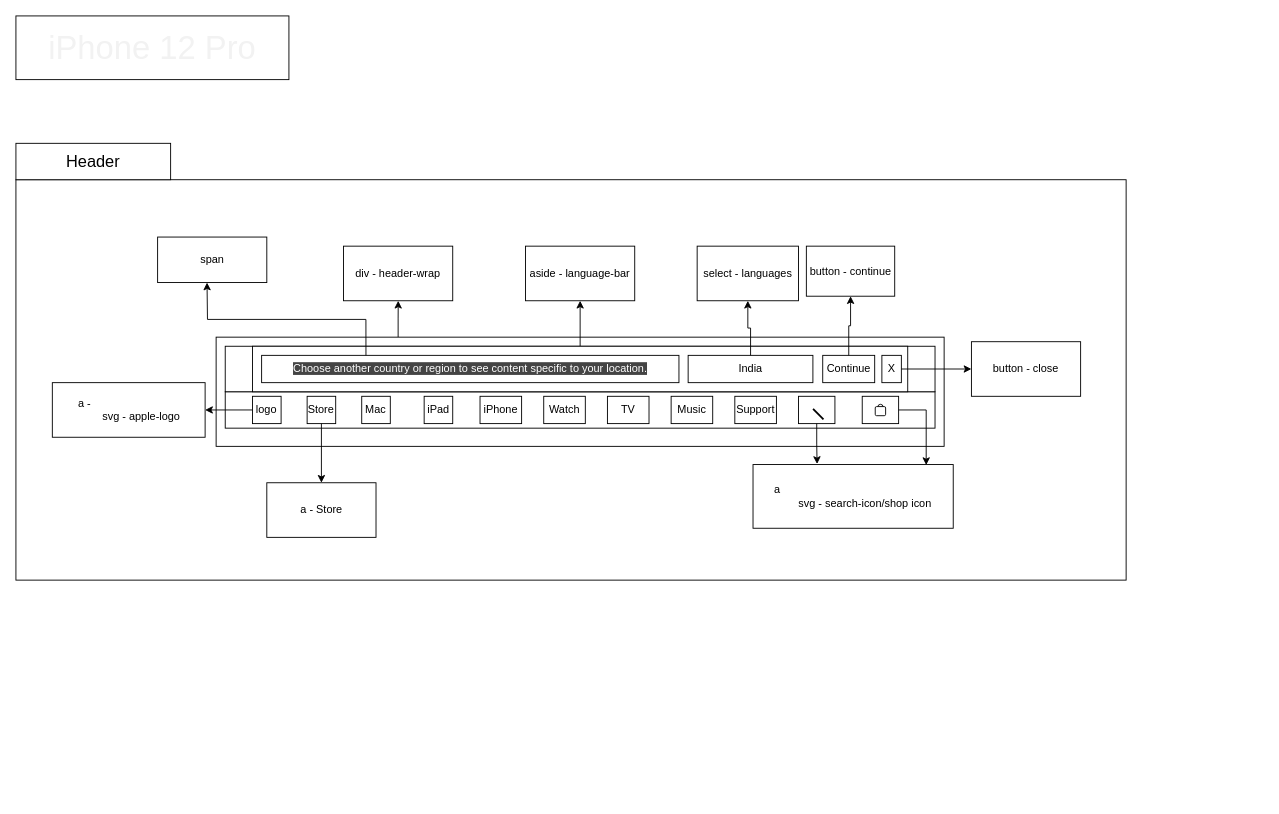
Before: assets/draw.io/iPhone-12-pro.drawio in mahesh-gfx/iPhone-12-Pro, a draw.io diagram. Source tidied: cells renumbered, new cells numbered last; positions are measured from the earlier drawing's top-left corner, leaving out a move shared by most shapes. Both pictures are drawn from the tidied source at 91%, with x=0, y=0 at pixel (15, 15).
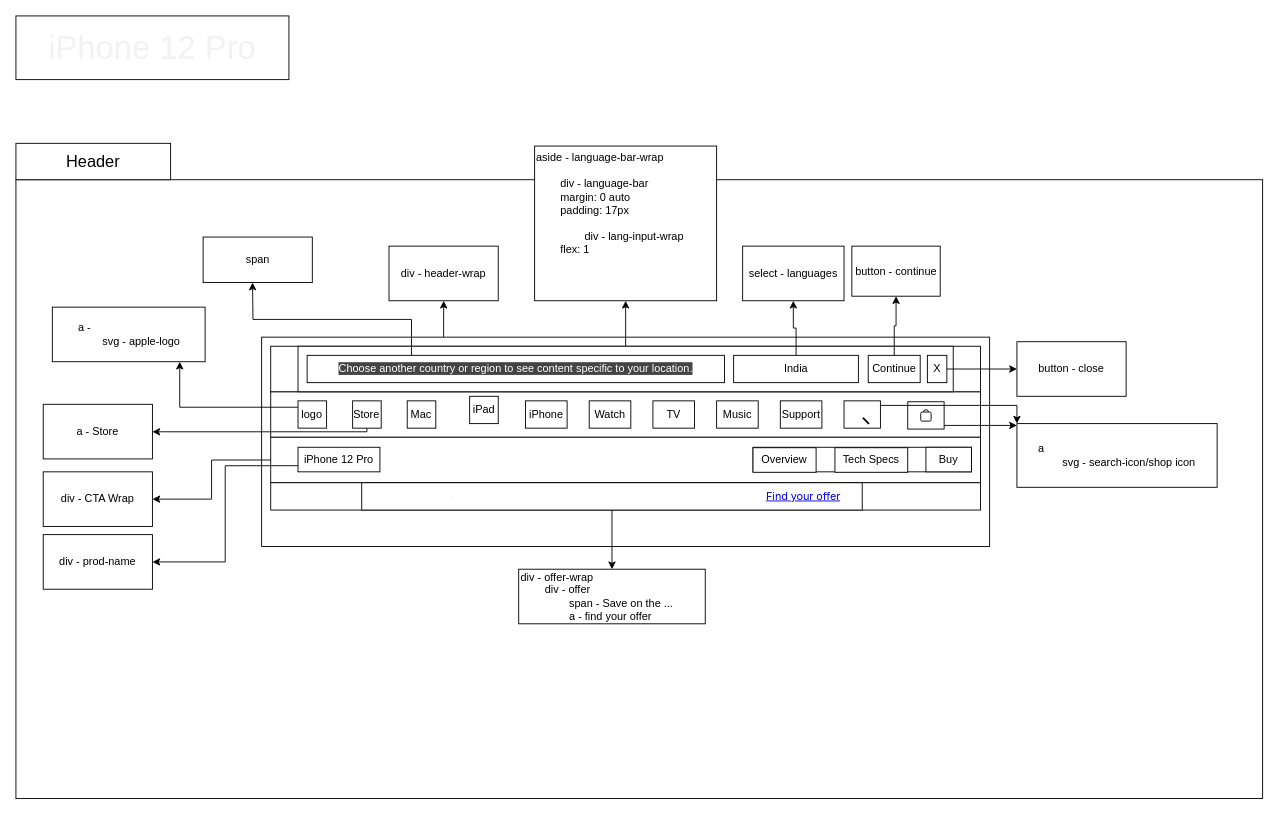
The same page after the edit.

Diff of the diagram source:
```diff
@@
     <mxCell id="2" style="whiteSpace=wrap;html=1;" parent="1" vertex="1">
-      <mxGeometry y="180" width="1220" height="440" as="geometry" />
+      <mxGeometry y="180" width="1370" height="680" as="geometry" />
     </mxCell>
@@
     <mxCell id="5" style="group;" parent="1" vertex="1">
-      <mxGeometry x="40" y="243" width="1130" height="330" as="geometry" />
+      <mxGeometry x="90" y="243" width="1130" height="340" as="geometry" />
     </mxCell>
@@
     <mxCell id="7" style="whiteSpace=wrap;html=1;" parent="5" vertex="1">
-      <mxGeometry x="180" y="110" width="800" height="120" as="geometry" />
+      <mxGeometry x="180" y="110" width="800" height="230" as="geometry" />
     </mxCell>
@@
-    <mxCell id="9" value="aside - language-bar" style="whiteSpace=wrap;html=1;" parent="5" vertex="1">
-      <mxGeometry x="520" y="10" width="120" height="60" as="geometry" />
+    <mxCell id="9" value="&lt;div&gt;&lt;span&gt;aside - language-bar-wrap&lt;/span&gt;&lt;/div&gt;&lt;div&gt;&lt;span&gt;&lt;br&gt;&lt;/span&gt;&lt;/div&gt;&lt;div&gt;&lt;span style=&quot;white-space: pre&quot;&gt;&#9;&lt;/span&gt;div - language-bar&lt;br&gt;&lt;/div&gt;&lt;div&gt;&lt;span&gt;&lt;span style=&quot;white-space: pre&quot;&gt;&#9;&lt;/span&gt;margin: 0 auto&lt;/span&gt;&lt;/div&gt;&lt;div&gt;&lt;span&gt;&lt;span style=&quot;white-space: pre&quot;&gt;&#9;&lt;/span&gt;padding: 17px&lt;br&gt;&lt;/span&gt;&lt;/div&gt;&lt;div&gt;&lt;span&gt;&lt;span style=&quot;white-space: pre&quot;&gt;&#9;&lt;/span&gt;&lt;span style=&quot;white-space: pre&quot;&gt;&#9;&lt;/span&gt;&lt;br&gt;&lt;/span&gt;&lt;/div&gt;&lt;div&gt;&lt;span style=&quot;white-space: pre&quot;&gt;&#9;&lt;/span&gt;&lt;span style=&quot;white-space: pre&quot;&gt;&#9;&lt;/span&gt;div - lang-input-wrap&lt;br&gt;&lt;/div&gt;&lt;div&gt;&lt;span style=&quot;white-space: pre&quot;&gt;&#9;&lt;/span&gt;flex: 1&lt;/div&gt;&lt;div&gt;&lt;br&gt;&lt;/div&gt;&lt;div&gt;&lt;span style=&quot;white-space: pre&quot;&gt;&#9;&lt;/span&gt;&lt;span style=&quot;white-space: pre&quot;&gt;&#9;&lt;/span&gt;&lt;br&gt;&lt;/div&gt;&lt;div&gt;&lt;span&gt;&lt;span style=&quot;white-space: pre&quot;&gt;&#9;&lt;/span&gt;&lt;br&gt;&lt;/span&gt;&lt;/div&gt;" style="whiteSpace=wrap;html=1;align=left;" parent="5" vertex="1">
+      <mxGeometry x="480" y="-100" width="200" height="170" as="geometry" />
     </mxCell>
     <mxCell id="10" style="whiteSpace=wrap;html=1;" parent="5" vertex="1">
-      <mxGeometry x="190" y="170" width="780" height="40" as="geometry" />
+      <mxGeometry x="190" y="170" width="780" height="50" as="geometry" />
     </mxCell>
@@
     <mxCell id="25" value="logo" style="whiteSpace=wrap;html=1;" parent="5" vertex="1">
-      <mxGeometry x="220" y="175" width="31.4" height="30" as="geometry" />
+      <mxGeometry x="220" y="180" width="31.4" height="30" as="geometry" />
     </mxCell>
     <mxCell id="26" value="&lt;div&gt;&lt;span style=&quot;white-space: pre&quot;&gt;&#9;&lt;/span&gt;&lt;span&gt;a -&lt;/span&gt;&lt;br&gt;&lt;/div&gt;&lt;div&gt;&lt;span&gt;&lt;span style=&quot;white-space: pre&quot;&gt;&#9;&lt;span style=&quot;white-space: pre&quot;&gt;&#9;&lt;/span&gt;s&lt;/span&gt;vg&amp;nbsp;- apple-logo&lt;/span&gt;&lt;/div&gt;" style="whiteSpace=wrap;html=1;align=left;" parent="5" vertex="1">
-      <mxGeometry y="160" width="167.9" height="60" as="geometry" />
+      <mxGeometry x="-50" y="77" width="167.9" height="60" as="geometry" />
     </mxCell>
     <mxCell id="27" style="edgeStyle=orthogonalEdgeStyle;rounded=0;jettySize=auto;html=1;" parent="5" edge="1" source="25" target="26">
-      <mxGeometry relative="1" as="geometry" />
+      <mxGeometry relative="1" as="geometry">
+        <Array as="points">
+          <mxPoint x="90" y="187" />
+        </Array>
+      </mxGeometry>
     </mxCell>
     <mxCell id="28" value="Store" style="whiteSpace=wrap;html=1;" parent="5" vertex="1">
-      <mxGeometry x="280" y="175" width="31.4" height="30" as="geometry" />
+      <mxGeometry x="280" y="180" width="31.4" height="30" as="geometry" />
     </mxCell>
     <mxCell id="29" value="Mac" style="whiteSpace=wrap;html=1;" parent="5" vertex="1">
-      <mxGeometry x="340" y="175" width="31.4" height="30" as="geometry" />
+      <mxGeometry x="340" y="180" width="31.4" height="30" as="geometry" />
     </mxCell>
@@
     <mxCell id="31" value="iPhone" style="whiteSpace=wrap;html=1;" parent="5" vertex="1">
-      <mxGeometry x="470" y="175" width="45.7" height="30" as="geometry" />
+      <mxGeometry x="470" y="180" width="45.7" height="30" as="geometry" />
     </mxCell>
     <mxCell id="32" value="Watch" style="whiteSpace=wrap;html=1;" parent="5" vertex="1">
-      <mxGeometry x="540" y="175" width="45.7" height="30" as="geometry" />
+      <mxGeometry x="540" y="180" width="45.7" height="30" as="geometry" />
     </mxCell>
     <mxCell id="33" value="TV" style="whiteSpace=wrap;html=1;" parent="5" vertex="1">
-      <mxGeometry x="610" y="175" width="45.7" height="30" as="geometry" />
+      <mxGeometry x="610" y="180" width="45.7" height="30" as="geometry" />
     </mxCell>
     <mxCell id="34" value="Music" style="whiteSpace=wrap;html=1;" parent="5" vertex="1">
-      <mxGeometry x="680" y="175" width="45.7" height="30" as="geometry" />
+      <mxGeometry x="680" y="180" width="45.7" height="30" as="geometry" />
     </mxCell>
     <mxCell id="35" value="Support" style="whiteSpace=wrap;html=1;" parent="5" vertex="1">
-      <mxGeometry x="750" y="175" width="45.7" height="30" as="geometry" />
+      <mxGeometry x="750" y="180" width="45.7" height="30" as="geometry" />
     </mxCell>
     <mxCell id="36" style="whiteSpace=wrap;html=1;" parent="5" vertex="1">
-      <mxGeometry x="890" y="175" width="40" height="30" as="geometry" />
+      <mxGeometry x="890" y="181" width="40" height="30" as="geometry" />
     </mxCell>
     <mxCell id="37" style="group;" parent="5" vertex="1">
-      <mxGeometry x="904.3" y="183.8" width="11.4" height="12.5" as="geometry" />
+      <mxGeometry x="904.3" y="189.8" width="11.4" height="12.5" as="geometry" />
     </mxCell>
@@
     <mxCell id="41" style="whiteSpace=wrap;html=1;" parent="5" vertex="1">
-      <mxGeometry x="820" y="175" width="40" height="30" as="geometry" />
+      <mxGeometry x="820" y="180" width="40" height="30" as="geometry" />
     </mxCell>
     <mxCell id="42" style="group;" parent="5" vertex="1">
-      <mxGeometry x="830" y="180" width="20" height="25" as="geometry" />
+      <mxGeometry x="830" y="185" width="20" height="25" as="geometry" />
     </mxCell>
+    <mxCell id="44" style="line;strokeWidth=2;html=1;fillColor=#FFFFFF;rotation=45;direction=west;" parent="42" vertex="1">
+      <mxGeometry x="3.6" y="10" width="16.2" height="9.1" as="geometry" />
+    </mxCell>
@@
-    <mxCell id="44" style="line;strokeWidth=2;html=1;fillColor=#FFFFFF;rotation=45;direction=west;" parent="42" vertex="1">
-      <mxGeometry x="3.6" y="10" width="16.2" height="9.1" as="geometry" />
-    </mxCell>
     <mxCell id="45" value="a - Store" style="whiteSpace=wrap;html=1;" parent="5" vertex="1">
-      <mxGeometry x="235.7" y="270" width="120" height="60" as="geometry" />
+      <mxGeometry x="-60" y="183.8" width="120" height="60" as="geometry" />
     </mxCell>
     <mxCell id="46" style="edgeStyle=orthogonalEdgeStyle;rounded=0;jettySize=auto;html=1;" parent="5" edge="1" source="28" target="45">
-      <mxGeometry relative="1" as="geometry" />
+      <mxGeometry relative="1" as="geometry">
+        <Array as="points">
+          <mxPoint x="296" y="214" />
+        </Array>
+      </mxGeometry>
     </mxCell>
-    <mxCell id="47" value="&lt;div style=&quot;text-align: left&quot;&gt;&lt;span&gt;a&lt;/span&gt;&lt;/div&gt;&lt;span style=&quot;white-space: pre&quot;&gt;&lt;div style=&quot;text-align: left&quot;&gt;&lt;span&gt;&#9;&lt;/span&gt;&lt;span style=&quot;white-space: normal&quot;&gt;svg - search-icon/shop icon&lt;/span&gt;&lt;/div&gt;&lt;/span&gt;" style="whiteSpace=wrap;html=1;" parent="5" vertex="1">
-      <mxGeometry x="770" y="250" width="220" height="70" as="geometry" />
-    </mxCell>
-    <mxCell id="48" style="edgeStyle=orthogonalEdgeStyle;rounded=0;jettySize=auto;html=1;exitX=1;exitY=0.5;exitDx=0;exitDy=0;entryX=0.865;entryY=0.008;entryDx=0;entryDy=0;entryPerimeter=0;" parent="5" edge="1" source="36" target="47">
-      <mxGeometry relative="1" as="geometry">
-        <Array as="points">
-          <mxPoint x="960" y="190" />
-        </Array>
-      </mxGeometry>
-    </mxCell>
-    <mxCell id="49" style="edgeStyle=orthogonalEdgeStyle;rounded=0;jettySize=auto;html=1;entryX=0.32;entryY=-0.009;entryDx=0;entryDy=0;entryPerimeter=0;" parent="5" edge="1" source="41" target="47">
-      <mxGeometry relative="1" as="geometry" />
-    </mxCell>
@@
+    <mxCell id="52" style="whiteSpace=wrap;html=1;" parent="5" vertex="1">
+      <mxGeometry x="190" y="220" width="780" height="50" as="geometry" />
+    </mxCell>
+    <mxCell id="53" style="whiteSpace=wrap;html=1;" parent="5" vertex="1">
+      <mxGeometry x="190" y="270" width="780" height="30" as="geometry" />
+    </mxCell>
+    <mxCell id="54" value="&lt;font color=&quot;#fcfcfc&quot;&gt;&lt;span style=&quot;font-family: &amp;#34;sf pro text&amp;#34; , &amp;#34;sf pro icons&amp;#34; , &amp;#34;helvetica neue&amp;#34; , &amp;#34;helvetica&amp;#34; , &amp;#34;arial&amp;#34; , sans-serif ; letter-spacing: -0.12px&quot;&gt;Save on the newest iPhone with the latest carrier deals. Directly from Apple.&amp;nbsp;&lt;/span&gt;&lt;a class=&quot;ribbon-link more&quot; href=&quot;https://www.apple.com/us/shop/goto/buy_iphone/carrier_offers&quot; style=&quot;letter-spacing: -0.12px ; animation: 1s cubic-bezier(0.42 , 0 , 0.58 , 1) 1.8s 1 normal forwards running ; font-family: &amp;#34;sf pro text&amp;#34; , &amp;#34;sf pro icons&amp;#34; , &amp;#34;helvetica neue&amp;#34; , &amp;#34;helvetica&amp;#34; , &amp;#34;arial&amp;#34; , sans-serif&quot;&gt;Find your offer&lt;/a&gt;&lt;span style=&quot;font-family: &amp;#34;sf pro text&amp;#34; , &amp;#34;sf pro icons&amp;#34; , &amp;#34;helvetica neue&amp;#34; , &amp;#34;helvetica&amp;#34; , &amp;#34;arial&amp;#34; , sans-serif ; letter-spacing: -0.12px&quot;&gt;&amp;nbsp;&lt;/span&gt;&lt;/font&gt;" style="whiteSpace=wrap;html=1;" parent="5" vertex="1">
+      <mxGeometry x="290" y="270" width="550" height="30" as="geometry" />
+    </mxCell>
+    <mxCell id="55" style="whiteSpace=wrap;html=1;" parent="5" vertex="1">
+      <mxGeometry x="720" y="231" width="240" height="27" as="geometry" />
+    </mxCell>
+    <mxCell id="56" value="Tech Specs" style="whiteSpace=wrap;html=1;" parent="5" vertex="1">
+      <mxGeometry x="810" y="231.5" width="80" height="27" as="geometry" />
+    </mxCell>
+    <mxCell id="57" value="Overview" style="whiteSpace=wrap;html=1;" parent="5" vertex="1">
+      <mxGeometry x="720" y="231.5" width="69.3" height="27" as="geometry" />
+    </mxCell>
+    <mxCell id="47" value="&lt;div style=&quot;text-align: left&quot;&gt;&lt;span&gt;a&lt;/span&gt;&lt;/div&gt;&lt;span style=&quot;white-space: pre&quot;&gt;&lt;div style=&quot;text-align: left&quot;&gt;&lt;span&gt;&#9;&lt;/span&gt;&lt;span style=&quot;white-space: normal&quot;&gt;svg - search-icon/shop icon&lt;/span&gt;&lt;/div&gt;&lt;/span&gt;" style="whiteSpace=wrap;html=1;" parent="1" vertex="1">
+      <mxGeometry x="1100" y="448" width="220" height="70" as="geometry" />
+    </mxCell>
+    <mxCell id="58" style="edgeStyle=orthogonalEdgeStyle;rounded=0;jettySize=auto;html=1;exitX=0;exitY=0.75;exitDx=0;exitDy=0;entryX=1;entryY=0.5;entryDx=0;entryDy=0;" parent="1" edge="1" source="59" target="63">
+      <mxGeometry relative="1" as="geometry" />
+    </mxCell>
+    <mxCell id="59" value="iPhone 12 Pro" style="whiteSpace=wrap;html=1;" parent="1" vertex="1">
+      <mxGeometry x="310" y="474" width="90" height="27" as="geometry" />
+    </mxCell>
+    <mxCell id="60" value="Buy" style="whiteSpace=wrap;html=1;" parent="1" vertex="1">
+      <mxGeometry x="1000" y="474" width="50" height="27" as="geometry" />
+    </mxCell>
+    <mxCell id="61" value="div - CTA Wrap" style="whiteSpace=wrap;html=1;" parent="1" vertex="1">
+      <mxGeometry x="30" y="501" width="120" height="60" as="geometry" />
+    </mxCell>
+    <mxCell id="62" style="edgeStyle=orthogonalEdgeStyle;rounded=0;jettySize=auto;html=1;" parent="1" edge="1" source="52" target="61">
+      <mxGeometry relative="1" as="geometry" />
+    </mxCell>
+    <mxCell id="63" value="div - prod-name" style="whiteSpace=wrap;html=1;" parent="1" vertex="1">
+      <mxGeometry x="30" y="570" width="120" height="60" as="geometry" />
+    </mxCell>
+    <mxCell id="49" style="edgeStyle=orthogonalEdgeStyle;rounded=0;jettySize=auto;html=1;entryX=0;entryY=0;entryDx=0;entryDy=0;" parent="1" edge="1" source="41" target="47">
+      <mxGeometry relative="1" as="geometry">
+        <Array as="points">
+          <mxPoint x="1100" y="428" />
+        </Array>
+      </mxGeometry>
+    </mxCell>
+    <mxCell id="64" style="edgeStyle=orthogonalEdgeStyle;rounded=0;jettySize=auto;html=1;" parent="1" edge="1" source="36">
+      <mxGeometry relative="1" as="geometry">
+        <mxPoint x="1100" y="450" as="targetPoint" />
+        <Array as="points">
+          <mxPoint x="1040" y="450" />
+          <mxPoint x="1040" y="450" />
+        </Array>
+      </mxGeometry>
+    </mxCell>
+    <mxCell id="65" value="&lt;div&gt;&lt;span&gt;div - offer-wrap&lt;/span&gt;&lt;/div&gt;&lt;span style=&quot;white-space: pre&quot;&gt;&lt;span style=&quot;white-space: pre&quot;&gt;&#9;&lt;/span&gt;div - offer&lt;br&gt;&lt;span style=&quot;white-space: pre&quot;&gt;&#9;&lt;/span&gt;&lt;span style=&quot;white-space: pre&quot;&gt;&#9;&lt;/span&gt;span - Save on the ...&lt;br&gt;&lt;span style=&quot;white-space: pre&quot;&gt;&#9;&lt;/span&gt;&lt;span style=&quot;white-space: pre&quot;&gt;&#9;&lt;/span&gt;a - find your offer&lt;br&gt;&lt;/span&gt;" style="whiteSpace=wrap;html=1;align=left;" parent="1" vertex="1">
+      <mxGeometry x="552.5" y="608" width="205" height="60" as="geometry" />
+    </mxCell>
+    <mxCell id="66" style="edgeStyle=orthogonalEdgeStyle;rounded=0;jettySize=auto;html=1;" parent="1" edge="1" source="54" target="65">
+      <mxGeometry relative="1" as="geometry" />
+    </mxCell>
```
